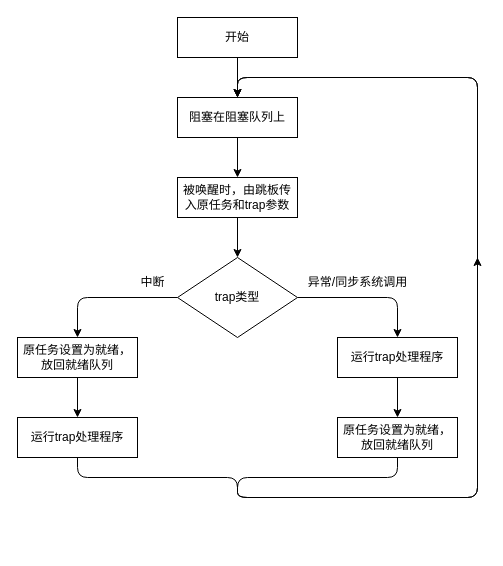
Before: 26.3.23~26.3.29/trap处理任务执行流程.drawio in rosy233333/weekly-progress, a draw.io diagram. Source tidied: cells renumbered, new cells numbered last; positions are measured from the earlier drawing's top-left corner, leaving out a move shared by most shapes. Both pictures are drawn from the tidied source at 100%, with x=0, y=0 at pixel (17, 17).
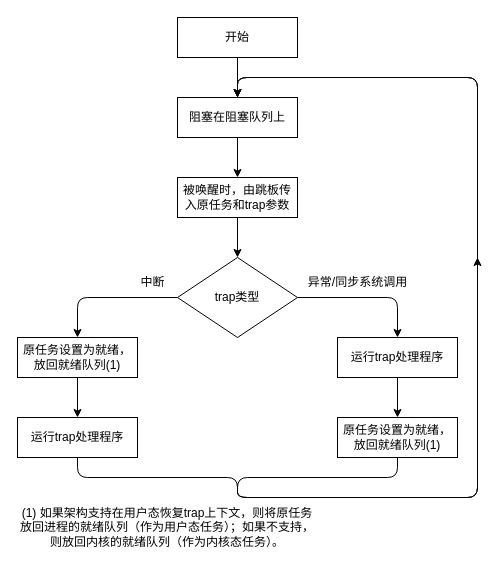
After the change.

Commit message (it also covers changes not shown here):
在修改调度算法后，修改了流程图和接口文档

What changed in the source:
```diff
@@
-    <mxCell id="8" value="原任务设置为就绪，放回就绪队列" style="rounded=0;whiteSpace=wrap;html=1;" parent="1" vertex="1">
+    <mxCell id="8" value="原任务设置为就绪，放回就绪队列(1)" style="rounded=0;whiteSpace=wrap;html=1;" parent="1" vertex="1">
       <mxGeometry y="320" width="120" height="40" as="geometry" />
     </mxCell>
@@
-    <mxCell id="12" value="原任务设置为就绪，放回就绪队列" style="rounded=0;whiteSpace=wrap;html=1;" parent="1" vertex="1">
+    <mxCell id="12" value="原任务设置为就绪，放回就绪队列(1)" style="rounded=0;whiteSpace=wrap;html=1;" parent="1" vertex="1">
       <mxGeometry x="320" y="400" width="120" height="40" as="geometry" />
     </mxCell>
@@
+    <mxCell id="22" value="(1) 如果架构支持在用户态恢复trap上下文，则将原任务放回进程的就绪队列（作为用户态任务）；如果不支持，则放回内核的就绪队列（作为内核态任务）。" style="text;html=1;align=center;verticalAlign=middle;whiteSpace=wrap;rounded=0;" parent="1" vertex="1">
+      <mxGeometry y="490" width="300" height="40" as="geometry" />
+    </mxCell>
```
